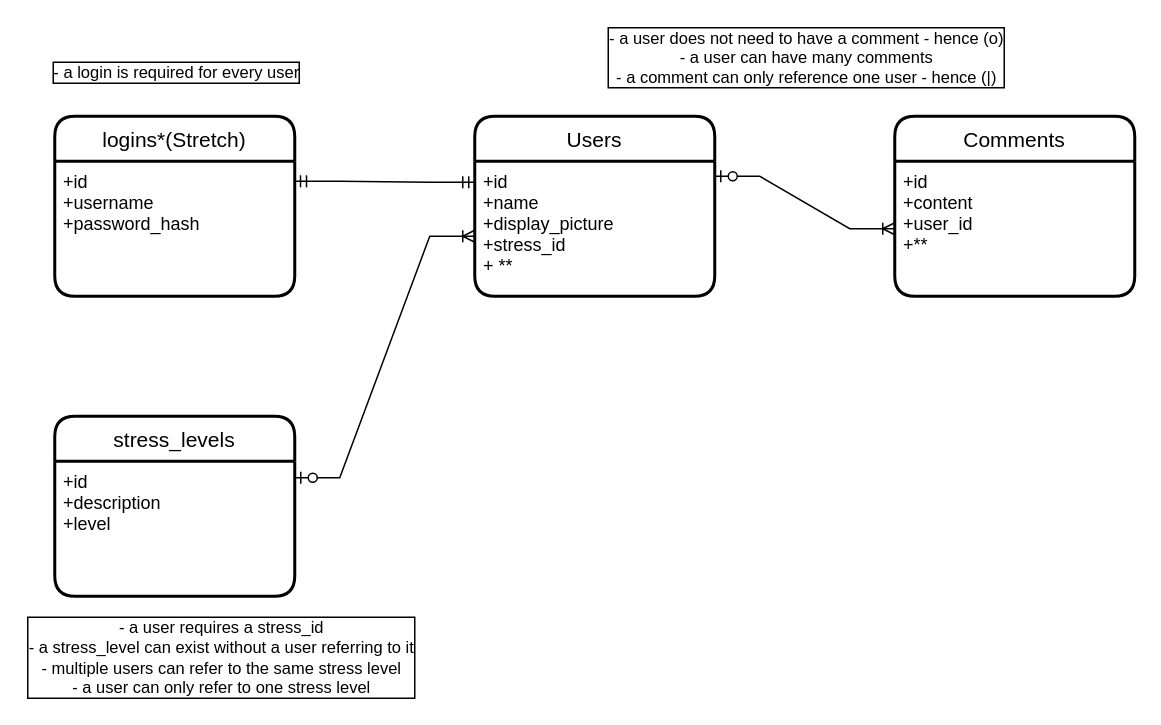
neebs12/database-diagrams keeps this draw.io diagram as stress-book-diagram.drawio. Above is the earlier version. Source tidied: cells renumbered, new cells numbered last; positions are measured from the earlier drawing's top-left corner, leaving out a move shared by most shapes. Both pictures are drawn from the tidied source at 150%, with x=0, y=0 at pixel (54, 56).
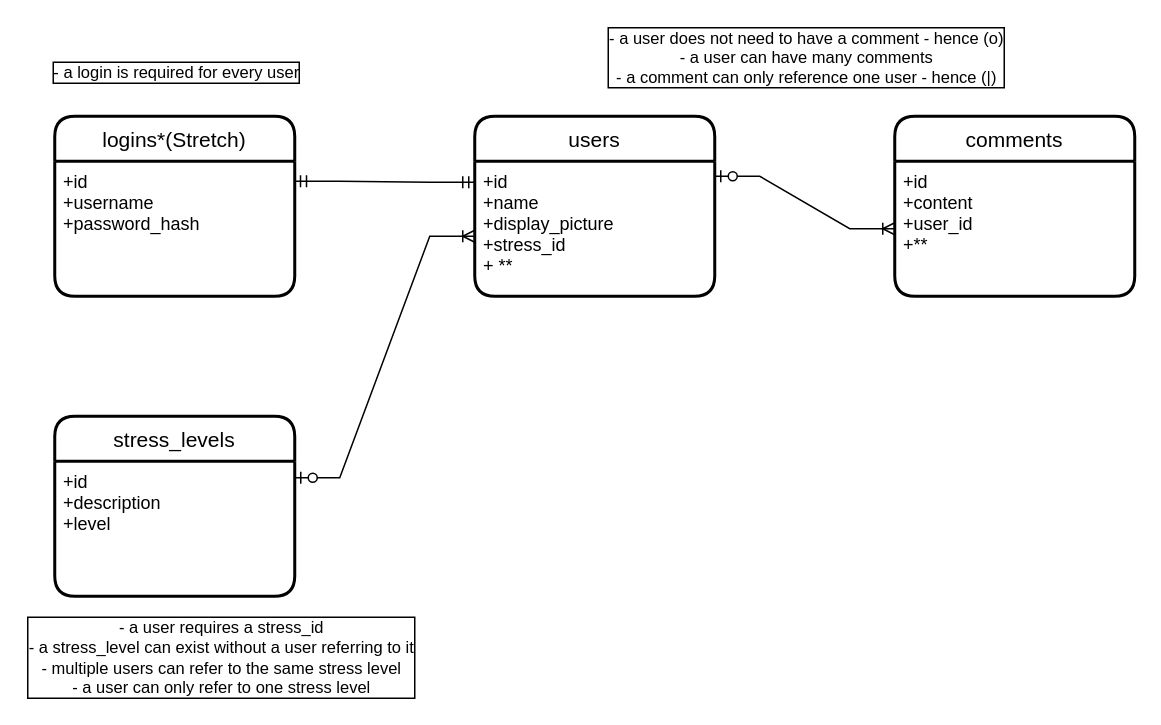
Above is the later version.

Change to the diagram source:
```diff
@@
 <mxGraphModel>
   <root>
     <mxCell id="0" />
     <mxCell id="1" parent="0" />
-    <mxCell id="2" value="Users" style="swimlane;horizontal=1;startSize=30;rounded=1;fontSize=14;fontStyle=0;strokeWidth=2;shadow=0;dashed=0;align=center;" parent="1" vertex="1">
+    <mxCell id="2" value="users" style="swimlane;horizontal=1;startSize=30;rounded=1;fontSize=14;fontStyle=0;strokeWidth=2;shadow=0;dashed=0;align=center;" parent="1" vertex="1">
       <mxGeometry x="280" y="40" width="160" height="120" as="geometry" />
     </mxCell>
     <mxCell id="3" value="+id&#10;+name&#10;+display_picture&#10;+stress_id&#10;+ **" style="align=left;strokeColor=none;fillColor=none;spacingLeft=4;fontSize=12;verticalAlign=top;" parent="2" vertex="1">
       <mxGeometry y="30" width="160" height="90" as="geometry" />
     </mxCell>
-    <mxCell id="4" value="Comments" style="swimlane;horizontal=1;startSize=30;rounded=1;fontSize=14;fontStyle=0;strokeWidth=2;shadow=0;dashed=0;align=center;" parent="1" vertex="1">
+    <mxCell id="4" value="comments" style="swimlane;horizontal=1;startSize=30;rounded=1;fontSize=14;fontStyle=0;strokeWidth=2;shadow=0;dashed=0;align=center;" parent="1" vertex="1">
       <mxGeometry x="560" y="40" width="160" height="120" as="geometry" />
     </mxCell>
     <mxCell id="5" value="+id&#10;+content&#10;+user_id&#10;+**" style="align=left;strokeColor=none;fillColor=none;spacingLeft=4;fontSize=12;verticalAlign=top;" parent="4" vertex="1">
       <mxGeometry y="30" width="160" height="90" as="geometry" />
     </mxCell>
     <mxCell id="6" value="logins*(Stretch)" style="swimlane;horizontal=1;startSize=30;rounded=1;fontSize=14;fontStyle=0;strokeWidth=2;shadow=0;dashed=0;align=center;" parent="1" vertex="1">
       <mxGeometry y="40" width="160" height="120" as="geometry" />
     </mxCell>
     <mxCell id="7" value="+id&#10;+username&#10;+password_hash" style="align=left;strokeColor=none;fillColor=none;spacingLeft=4;fontSize=12;verticalAlign=top;" parent="6" vertex="1">
       <mxGeometry y="30" width="160" height="90" as="geometry" />
     </mxCell>
     <mxCell id="8" value="stress_levels" style="swimlane;horizontal=1;startSize=30;rounded=1;fontSize=14;fontStyle=0;strokeWidth=2;shadow=0;dashed=0;align=center;" parent="1" vertex="1">
       <mxGeometry y="240" width="160" height="120" as="geometry" />
     </mxCell>
     <mxCell id="9" value="+id&#10;+description&#10;+level" style="align=left;strokeColor=none;fillColor=none;spacingLeft=4;fontSize=12;verticalAlign=top;" parent="8" vertex="1">
       <mxGeometry y="30" width="160" height="90" as="geometry" />
     </mxCell>
     <mxCell id="10" style="edgeStyle=entityRelationEdgeStyle;fontSize=12;html=1;endArrow=ERmandOne;startArrow=ERmandOne;rounded=0;exitX=0.999;exitY=0.148;exitDx=0;exitDy=0;exitPerimeter=0;" parent="1" edge="1" source="7">
       <mxGeometry relative="1" as="geometry">
         <mxPoint x="280" y="84" as="targetPoint" />
       </mxGeometry>
     </mxCell>
     <mxCell id="11" style="edgeStyle=entityRelationEdgeStyle;fontSize=12;html=1;endArrow=ERoneToMany;startArrow=ERzeroToOne;rounded=0;entryX=0;entryY=0.5;entryDx=0;entryDy=0;" parent="1" edge="1" target="5">
       <mxGeometry relative="1" as="geometry">
         <mxPoint x="440" y="80" as="sourcePoint" />
       </mxGeometry>
     </mxCell>
     <mxCell id="12" value="- a login is required for every user" style="edgeLabel;html=1;align=center;verticalAlign=middle;labelBorderColor=default;" parent="1" vertex="1">
       <mxGeometry x="80" y="10" as="geometry" />
     </mxCell>
     <mxCell id="13" value="- a user does not need to have a comment - hence (o)&lt;br&gt;- a user can have many comments&lt;br&gt;- a comment can only reference one user - hence (|)" style="edgeLabel;html=1;align=center;verticalAlign=middle;labelBorderColor=default;" parent="1" vertex="1">
       <mxGeometry x="500" as="geometry" />
     </mxCell>
     <mxCell id="14" value="- a user requires a stress_id&lt;br&gt;- a stress_level can exist without a user referring to it&lt;br&gt;- multiple users can refer to the same stress level&lt;br&gt;- a user can only refer to one stress level" style="edgeLabel;html=1;align=center;verticalAlign=middle;labelBorderColor=default;" parent="1" vertex="1">
       <mxGeometry x="110" y="400" as="geometry" />
     </mxCell>
     <mxCell id="15" style="edgeStyle=entityRelationEdgeStyle;fontSize=12;html=1;endArrow=ERoneToMany;startArrow=ERzeroToOne;rounded=0;" parent="1" edge="1">
       <mxGeometry relative="1" as="geometry">
         <mxPoint x="160" y="281" as="sourcePoint" />
         <mxPoint x="280" y="120" as="targetPoint" />
       </mxGeometry>
     </mxCell>
   </root>
 </mxGraphModel>
```
